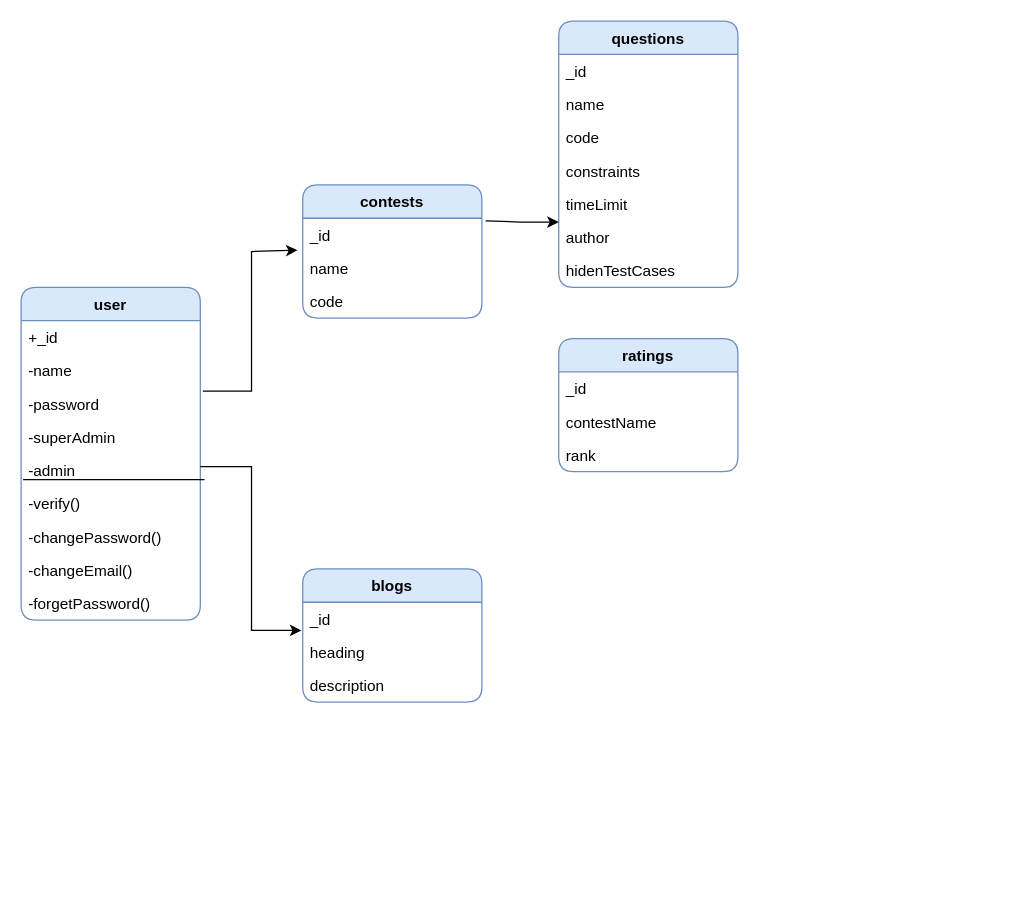
Above: classDiagram.drawio in 00sukhjeet00/codechef-clone-diagrams (draw.io), before the change. Source tidied: cells renumbered, new cells numbered last; positions are measured from the earlier drawing's top-left corner, leaving out a move shared by most shapes. Both pictures are drawn from the tidied source at 128%, with x=0, y=0 at pixel (20, 20).
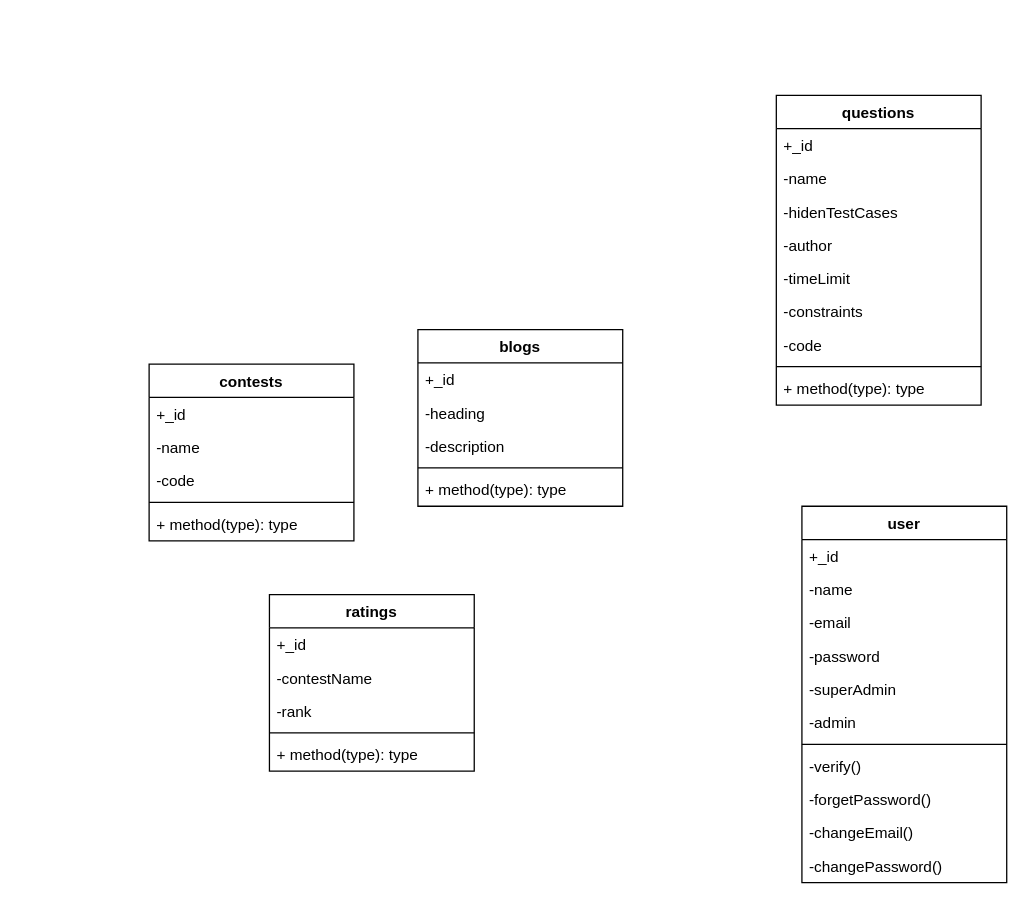
After the change.

Diff of the diagram source:
```diff
@@
-    <mxCell id="2" value="user" style="swimlane;fontStyle=1;horizontal=1;startSize=26;rounded=1;swimlaneFillColor=none;fillColor=#dae8fc;strokeColor=#6c8ebf;" parent="1" vertex="1">
-      <mxGeometry y="208" width="140" height="260" as="geometry" />
+    <mxCell id="2" value="user" style="swimlane;fontStyle=1;align=center;verticalAlign=top;horizontal=1;startSize=26;" parent="1" vertex="1">
+      <mxGeometry x="610" y="379" width="160" height="294" as="geometry" />
     </mxCell>
-    <mxCell id="3" value="+_id " style="text;strokeColor=none;fillColor=none;align=left;verticalAlign=top;spacingLeft=4;spacingRight=4;overflow=hidden;" parent="2" vertex="1">
-      <mxGeometry y="26" width="140" height="26" as="geometry" />
-    </mxCell>
-    <mxCell id="4" value="-name" style="text;strokeColor=none;fillColor=none;align=left;verticalAlign=top;spacingLeft=4;spacingRight=4;overflow=hidden;" parent="2" vertex="1">
-      <mxGeometry y="52" width="140" height="26" as="geometry" />
-    </mxCell>
+    <mxCell id="36" value="+_id" style="text;strokeColor=none;fillColor=none;align=left;verticalAlign=top;spacingLeft=4;spacingRight=4;overflow=hidden;" parent="2" vertex="1">
+      <mxGeometry y="26" width="160" height="26" as="geometry" />
+    </mxCell>
+    <mxCell id="37" value="-name" style="text;strokeColor=none;fillColor=none;align=left;verticalAlign=top;spacingLeft=4;spacingRight=4;overflow=hidden;" parent="2" vertex="1">
+      <mxGeometry y="52" width="160" height="26" as="geometry" />
+    </mxCell>
+    <mxCell id="38" value="-email" style="text;strokeColor=none;fillColor=none;align=left;verticalAlign=top;spacingLeft=4;spacingRight=4;overflow=hidden;" parent="2" vertex="1">
+      <mxGeometry y="78" width="160" height="26" as="geometry" />
+    </mxCell>
     <mxCell id="5" value="-password" style="text;strokeColor=none;fillColor=none;align=left;verticalAlign=top;spacingLeft=4;spacingRight=4;overflow=hidden;points=[[0,0.5],[1,0.5]];portConstraint=eastwest;" parent="2" vertex="1">
-      <mxGeometry y="78" width="140" height="26" as="geometry" />
+      <mxGeometry y="104" width="160" height="26" as="geometry" />
     </mxCell>
     <mxCell id="6" value="-superAdmin" style="text;strokeColor=none;fillColor=none;align=left;verticalAlign=top;spacingLeft=4;spacingRight=4;overflow=hidden;" parent="2" vertex="1">
-      <mxGeometry y="104" width="140" height="26" as="geometry" />
+      <mxGeometry y="130" width="160" height="26" as="geometry" />
     </mxCell>
     <mxCell id="7" value="-admin" style="text;strokeColor=none;fillColor=none;align=left;verticalAlign=top;spacingLeft=4;spacingRight=4;overflow=hidden;points=[[0,0.5],[1,0.5]];portConstraint=eastwest;" parent="2" vertex="1">
-      <mxGeometry y="130" width="140" height="26" as="geometry" />
+      <mxGeometry y="156" width="160" height="26" as="geometry" />
     </mxCell>
+    <mxCell id="39" style="line;strokeWidth=1;fillColor=none;align=left;verticalAlign=middle;spacingTop=-1;spacingLeft=3;spacingRight=3;labelPosition=right;" parent="2" vertex="1">
+      <mxGeometry y="182" width="160" height="8" as="geometry" />
+    </mxCell>
     <mxCell id="8" value="-verify()" style="text;strokeColor=none;fillColor=none;align=left;verticalAlign=top;spacingLeft=4;spacingRight=4;overflow=hidden;" parent="2" vertex="1">
-      <mxGeometry y="156" width="140" height="26" as="geometry" />
+      <mxGeometry y="190" width="160" height="26" as="geometry" />
     </mxCell>
-    <mxCell id="9" style="endArrow=none;html=1;entryX=1.023;entryY=0.777;entryDx=0;entryDy=0;entryPerimeter=0;exitX=0.011;exitY=0.777;exitDx=0;exitDy=0;exitPerimeter=0;" parent="2" edge="1" source="7" target="7">
-      <mxGeometry relative="1" as="geometry" />
-    </mxCell>
+    <mxCell id="12" value="-forgetPassword()" style="text;strokeColor=none;fillColor=none;align=left;verticalAlign=top;spacingLeft=4;spacingRight=4;overflow=hidden;" parent="2" vertex="1">
+      <mxGeometry y="216" width="160" height="26" as="geometry" />
+    </mxCell>
+    <mxCell id="11" value="-changeEmail()" style="text;strokeColor=none;fillColor=none;align=left;verticalAlign=top;spacingLeft=4;spacingRight=4;overflow=hidden;" parent="2" vertex="1">
+      <mxGeometry y="242" width="160" height="26" as="geometry" />
+    </mxCell>
     <mxCell id="10" value="-changePassword()" style="text;strokeColor=none;fillColor=none;align=left;verticalAlign=top;spacingLeft=4;spacingRight=4;overflow=hidden;" parent="2" vertex="1">
-      <mxGeometry y="182" width="140" height="26" as="geometry" />
+      <mxGeometry y="268" width="160" height="26" as="geometry" />
     </mxCell>
-    <mxCell id="11" value="-changeEmail()" style="text;strokeColor=none;fillColor=none;align=left;verticalAlign=top;spacingLeft=4;spacingRight=4;overflow=hidden;" parent="2" vertex="1">
-      <mxGeometry y="208" width="140" height="26" as="geometry" />
-    </mxCell>
-    <mxCell id="12" value="-forgetPassword()" style="text;strokeColor=none;fillColor=none;align=left;verticalAlign=top;spacingLeft=4;spacingRight=4;overflow=hidden;" parent="2" vertex="1">
-      <mxGeometry y="234" width="140" height="26" as="geometry" />
-    </mxCell>
-    <mxCell id="13" value="contests" style="swimlane;fontStyle=1;horizontal=1;startSize=26;fillColor=#dae8fc;strokeColor=#6c8ebf;rounded=1;" parent="1" vertex="1">
-      <mxGeometry x="220" y="128" width="140" height="104" as="geometry" />
+    <mxCell id="13" value="contests" style="swimlane;fontStyle=1;align=center;verticalAlign=top;horizontal=1;startSize=26;" parent="1" vertex="1">
+      <mxGeometry x="100" y="268" width="160" height="138" as="geometry" />
     </mxCell>
-    <mxCell id="14" value="_id" style="text;strokeColor=none;fillColor=none;align=left;verticalAlign=top;spacingLeft=4;spacingRight=4;overflow=hidden;points=[[0,0.5],[1,0.5]];portConstraint=eastwest;" parent="13" vertex="1">
-      <mxGeometry y="26" width="140" height="26" as="geometry" />
-    </mxCell>
-    <mxCell id="15" value="name" style="text;strokeColor=none;fillColor=none;align=left;verticalAlign=top;spacingLeft=4;spacingRight=4;overflow=hidden;points=[[0,0.5],[1,0.5]];portConstraint=eastwest;" parent="13" vertex="1">
-      <mxGeometry y="52" width="140" height="26" as="geometry" />
-    </mxCell>
-    <mxCell id="16" value="code" style="text;strokeColor=none;fillColor=none;align=left;verticalAlign=top;spacingLeft=4;spacingRight=4;overflow=hidden;" parent="13" vertex="1">
-      <mxGeometry y="78" width="140" height="26" as="geometry" />
-    </mxCell>
+    <mxCell id="40" value="+_id" style="text;strokeColor=none;fillColor=none;align=left;verticalAlign=top;spacingLeft=4;spacingRight=4;overflow=hidden;" parent="13" vertex="1">
+      <mxGeometry y="26" width="160" height="26" as="geometry" />
+    </mxCell>
+    <mxCell id="41" value="-name" style="text;strokeColor=none;fillColor=none;align=left;verticalAlign=top;spacingLeft=4;spacingRight=4;overflow=hidden;" parent="13" vertex="1">
+      <mxGeometry y="52" width="160" height="26" as="geometry" />
+    </mxCell>
+    <mxCell id="42" value="-code" style="text;strokeColor=none;fillColor=none;align=left;verticalAlign=top;spacingLeft=4;spacingRight=4;overflow=hidden;" parent="13" vertex="1">
+      <mxGeometry y="78" width="160" height="26" as="geometry" />
+    </mxCell>
+    <mxCell id="43" style="line;strokeWidth=1;fillColor=none;align=left;verticalAlign=middle;spacingTop=-1;spacingLeft=3;spacingRight=3;labelPosition=right;" parent="13" vertex="1">
+      <mxGeometry y="104" width="160" height="8" as="geometry" />
+    </mxCell>
+    <mxCell id="44" value="+ method(type): type" style="text;strokeColor=none;fillColor=none;align=left;verticalAlign=top;spacingLeft=4;spacingRight=4;overflow=hidden;" parent="13" vertex="1">
+      <mxGeometry y="112" width="160" height="26" as="geometry" />
+    </mxCell>
-    <mxCell id="17" value="blogs" style="swimlane;fontStyle=1;horizontal=1;startSize=26;fillColor=#dae8fc;strokeColor=#6c8ebf;rounded=1;" parent="1" vertex="1">
-      <mxGeometry x="220" y="428" width="140" height="104" as="geometry" />
+    <mxCell id="17" value="blogs" style="swimlane;fontStyle=1;align=center;verticalAlign=top;horizontal=1;startSize=26;" parent="1" vertex="1">
+      <mxGeometry x="310" y="241" width="160" height="138" as="geometry" />
     </mxCell>
-    <mxCell id="18" value="_id" style="text;strokeColor=none;fillColor=none;align=left;verticalAlign=top;spacingLeft=4;spacingRight=4;overflow=hidden;points=[[0,0.5],[1,0.5]];portConstraint=eastwest;" parent="17" vertex="1">
-      <mxGeometry y="26" width="140" height="26" as="geometry" />
-    </mxCell>
-    <mxCell id="19" value="heading" style="text;strokeColor=none;fillColor=none;align=left;verticalAlign=top;spacingLeft=4;spacingRight=4;overflow=hidden;" parent="17" vertex="1">
-      <mxGeometry y="52" width="140" height="26" as="geometry" />
-    </mxCell>
-    <mxCell id="20" value="description" style="text;strokeColor=none;fillColor=none;align=left;verticalAlign=top;spacingLeft=4;spacingRight=4;overflow=hidden;" parent="17" vertex="1">
-      <mxGeometry y="78" width="140" height="26" as="geometry" />
-    </mxCell>
+    <mxCell id="45" value="+_id" style="text;strokeColor=none;fillColor=none;align=left;verticalAlign=top;spacingLeft=4;spacingRight=4;overflow=hidden;" parent="17" vertex="1">
+      <mxGeometry y="26" width="160" height="26" as="geometry" />
+    </mxCell>
+    <mxCell id="46" value="-heading" style="text;strokeColor=none;fillColor=none;align=left;verticalAlign=top;spacingLeft=4;spacingRight=4;overflow=hidden;" parent="17" vertex="1">
+      <mxGeometry y="52" width="160" height="26" as="geometry" />
+    </mxCell>
+    <mxCell id="47" value="-description" style="text;strokeColor=none;fillColor=none;align=left;verticalAlign=top;spacingLeft=4;spacingRight=4;overflow=hidden;" parent="17" vertex="1">
+      <mxGeometry y="78" width="160" height="26" as="geometry" />
+    </mxCell>
+    <mxCell id="48" style="line;strokeWidth=1;fillColor=none;align=left;verticalAlign=middle;spacingTop=-1;spacingLeft=3;spacingRight=3;labelPosition=right;" parent="17" vertex="1">
+      <mxGeometry y="104" width="160" height="8" as="geometry" />
+    </mxCell>
+    <mxCell id="49" value="+ method(type): type" style="text;strokeColor=none;fillColor=none;align=left;verticalAlign=top;spacingLeft=4;spacingRight=4;overflow=hidden;" parent="17" vertex="1">
+      <mxGeometry y="112" width="160" height="26" as="geometry" />
+    </mxCell>
+    <mxCell id="29" value="ratings" style="swimlane;fontStyle=1;align=center;verticalAlign=top;horizontal=1;startSize=26;" parent="1" vertex="1">
+      <mxGeometry x="194" y="448" width="160" height="138" as="geometry" />
+    </mxCell>
+    <mxCell id="50" value="+_id" style="text;strokeColor=none;fillColor=none;align=left;verticalAlign=top;spacingLeft=4;spacingRight=4;overflow=hidden;" parent="29" vertex="1">
+      <mxGeometry y="26" width="160" height="26" as="geometry" />
+    </mxCell>
+    <mxCell id="51" value="-contestName" style="text;strokeColor=none;fillColor=none;align=left;verticalAlign=top;spacingLeft=4;spacingRight=4;overflow=hidden;" parent="29" vertex="1">
+      <mxGeometry y="52" width="160" height="26" as="geometry" />
+    </mxCell>
+    <mxCell id="52" value="-rank" style="text;strokeColor=none;fillColor=none;align=left;verticalAlign=top;spacingLeft=4;spacingRight=4;overflow=hidden;" parent="29" vertex="1">
+      <mxGeometry y="78" width="160" height="26" as="geometry" />
+    </mxCell>
+    <mxCell id="53" style="line;strokeWidth=1;fillColor=none;align=left;verticalAlign=middle;spacingTop=-1;spacingLeft=3;spacingRight=3;labelPosition=right;" parent="29" vertex="1">
+      <mxGeometry y="104" width="160" height="8" as="geometry" />
+    </mxCell>
+    <mxCell id="54" value="+ method(type): type" style="text;strokeColor=none;fillColor=none;align=left;verticalAlign=top;spacingLeft=4;spacingRight=4;overflow=hidden;" parent="29" vertex="1">
+      <mxGeometry y="112" width="160" height="26" as="geometry" />
+    </mxCell>
-    <mxCell id="21" value="questions" style="swimlane;fontStyle=1;horizontal=1;startSize=26;fillColor=#dae8fc;strokeColor=#6c8ebf;rounded=1;" parent="1" vertex="1">
-      <mxGeometry x="420" width="140" height="208" as="geometry" />
+    <mxCell id="21" value="questions" style="swimlane;fontStyle=1;align=center;verticalAlign=top;horizontal=1;startSize=26;" parent="1" vertex="1">
+      <mxGeometry x="590" y="58" width="160" height="242" as="geometry" />
     </mxCell>
-    <mxCell id="22" value="_id" style="text;strokeColor=none;fillColor=none;align=left;verticalAlign=top;spacingLeft=4;spacingRight=4;overflow=hidden;" parent="21" vertex="1">
-      <mxGeometry y="26" width="140" height="26" as="geometry" />
-    </mxCell>
-    <mxCell id="23" value="name" style="text;strokeColor=none;fillColor=none;align=left;verticalAlign=top;spacingLeft=4;spacingRight=4;overflow=hidden;" parent="21" vertex="1">
-      <mxGeometry y="52" width="140" height="26" as="geometry" />
-    </mxCell>
-    <mxCell id="24" value="code" style="text;strokeColor=none;fillColor=none;align=left;verticalAlign=top;spacingLeft=4;spacingRight=4;overflow=hidden;" parent="21" vertex="1">
-      <mxGeometry y="78" width="140" height="26" as="geometry" />
-    </mxCell>
-    <mxCell id="25" value="constraints" style="text;strokeColor=none;fillColor=none;align=left;verticalAlign=top;spacingLeft=4;spacingRight=4;overflow=hidden;" parent="21" vertex="1">
-      <mxGeometry y="104" width="140" height="26" as="geometry" />
-    </mxCell>
-    <mxCell id="26" value="timeLimit" style="text;strokeColor=none;fillColor=none;align=left;verticalAlign=top;spacingLeft=4;spacingRight=4;overflow=hidden;points=[[0,0.5],[1,0.5]];portConstraint=eastwest;" parent="21" vertex="1">
-      <mxGeometry y="130" width="140" height="26" as="geometry" />
-    </mxCell>
-    <mxCell id="27" value="author" style="text;strokeColor=none;fillColor=none;align=left;verticalAlign=top;spacingLeft=4;spacingRight=4;overflow=hidden;" parent="21" vertex="1">
-      <mxGeometry y="156" width="140" height="26" as="geometry" />
-    </mxCell>
-    <mxCell id="28" value="hidenTestCases" style="text;strokeColor=none;fillColor=none;align=left;verticalAlign=top;spacingLeft=4;spacingRight=4;overflow=hidden;" parent="21" vertex="1">
-      <mxGeometry y="182" width="140" height="26" as="geometry" />
-    </mxCell>
-    <mxCell id="29" value="ratings" style="swimlane;fontStyle=1;horizontal=1;startSize=26;fillColor=#dae8fc;strokeColor=#6c8ebf;rounded=1;" parent="1" vertex="1">
-      <mxGeometry x="420" y="248" width="140" height="104" as="geometry" />
-    </mxCell>
-    <mxCell id="30" value="_id" style="text;strokeColor=none;fillColor=none;align=left;verticalAlign=top;spacingLeft=4;spacingRight=4;overflow=hidden;" parent="29" vertex="1">
-      <mxGeometry y="26" width="140" height="26" as="geometry" />
-    </mxCell>
-    <mxCell id="31" value="contestName" style="text;strokeColor=none;fillColor=none;align=left;verticalAlign=top;spacingLeft=4;spacingRight=4;overflow=hidden;" parent="29" vertex="1">
-      <mxGeometry y="52" width="140" height="26" as="geometry" />
-    </mxCell>
-    <mxCell id="32" value="rank" style="text;strokeColor=none;fillColor=none;align=left;verticalAlign=top;spacingLeft=4;spacingRight=4;overflow=hidden;" parent="29" vertex="1">
-      <mxGeometry y="78" width="140" height="26" as="geometry" />
-    </mxCell>
-    <mxCell id="33" style="endArrow=classic;html=1;rounded=0;entryX=-0.029;entryY=-0.038;entryDx=0;entryDy=0;entryPerimeter=0;exitX=1.014;exitY=0.115;exitDx=0;exitDy=0;exitPerimeter=0;" parent="1" edge="1" source="5" target="15">
-      <mxGeometry relative="1" as="geometry">
-        <Array as="points">
-          <mxPoint x="180" y="289" />
-          <mxPoint x="180" y="180" />
-        </Array>
-      </mxGeometry>
-    </mxCell>
-    <mxCell id="34" style="endArrow=classic;html=1;rounded=0;entryX=-0.007;entryY=0.846;entryDx=0;entryDy=0;entryPerimeter=0;" parent="1" edge="1" target="18">
-      <mxGeometry relative="1" as="geometry">
-        <mxPoint x="140" y="348" as="sourcePoint" />
-        <Array as="points">
-          <mxPoint x="180" y="348" />
-          <mxPoint x="180" y="476" />
-        </Array>
-      </mxGeometry>
-    </mxCell>
-    <mxCell id="35" style="endArrow=classic;html=1;rounded=0;entryX=0;entryY=1.038;entryDx=0;entryDy=0;entryPerimeter=0;exitX=1.021;exitY=0.077;exitDx=0;exitDy=0;exitPerimeter=0;" parent="1" edge="1" source="14" target="26">
-      <mxGeometry relative="1" as="geometry">
-        <Array as="points">
-          <mxPoint x="390" y="157" />
-        </Array>
-      </mxGeometry>
-    </mxCell>
+    <mxCell id="55" value="+_id" style="text;strokeColor=none;fillColor=none;align=left;verticalAlign=top;spacingLeft=4;spacingRight=4;overflow=hidden;" parent="21" vertex="1">
+      <mxGeometry y="26" width="160" height="26" as="geometry" />
+    </mxCell>
+    <mxCell id="56" value="-name" style="text;strokeColor=none;fillColor=none;align=left;verticalAlign=top;spacingLeft=4;spacingRight=4;overflow=hidden;" parent="21" vertex="1">
+      <mxGeometry y="52" width="160" height="26" as="geometry" />
+    </mxCell>
+    <mxCell id="57" value="-hidenTestCases" style="text;strokeColor=none;fillColor=none;align=left;verticalAlign=top;spacingLeft=4;spacingRight=4;overflow=hidden;" parent="21" vertex="1">
+      <mxGeometry y="78" width="160" height="26" as="geometry" />
+    </mxCell>
+    <mxCell id="58" value="-author" style="text;strokeColor=none;fillColor=none;align=left;verticalAlign=top;spacingLeft=4;spacingRight=4;overflow=hidden;" parent="21" vertex="1">
+      <mxGeometry y="104" width="160" height="26" as="geometry" />
+    </mxCell>
+    <mxCell id="59" value="-timeLimit" style="text;strokeColor=none;fillColor=none;align=left;verticalAlign=top;spacingLeft=4;spacingRight=4;overflow=hidden;" parent="21" vertex="1">
+      <mxGeometry y="130" width="160" height="26" as="geometry" />
+    </mxCell>
+    <mxCell id="60" value="-constraints" style="text;strokeColor=none;fillColor=none;align=left;verticalAlign=top;spacingLeft=4;spacingRight=4;overflow=hidden;" parent="21" vertex="1">
+      <mxGeometry y="156" width="160" height="26" as="geometry" />
+    </mxCell>
+    <mxCell id="61" value="-code" style="text;strokeColor=none;fillColor=none;align=left;verticalAlign=top;spacingLeft=4;spacingRight=4;overflow=hidden;" parent="21" vertex="1">
+      <mxGeometry y="182" width="160" height="26" as="geometry" />
+    </mxCell>
+    <mxCell id="62" style="line;strokeWidth=1;fillColor=none;align=left;verticalAlign=middle;spacingTop=-1;spacingLeft=3;spacingRight=3;labelPosition=right;" parent="21" vertex="1">
+      <mxGeometry y="208" width="160" height="8" as="geometry" />
+    </mxCell>
+    <mxCell id="63" value="+ method(type): type" style="text;strokeColor=none;fillColor=none;align=left;verticalAlign=top;spacingLeft=4;spacingRight=4;overflow=hidden;" parent="21" vertex="1">
+      <mxGeometry y="216" width="160" height="26" as="geometry" />
+    </mxCell>
```
